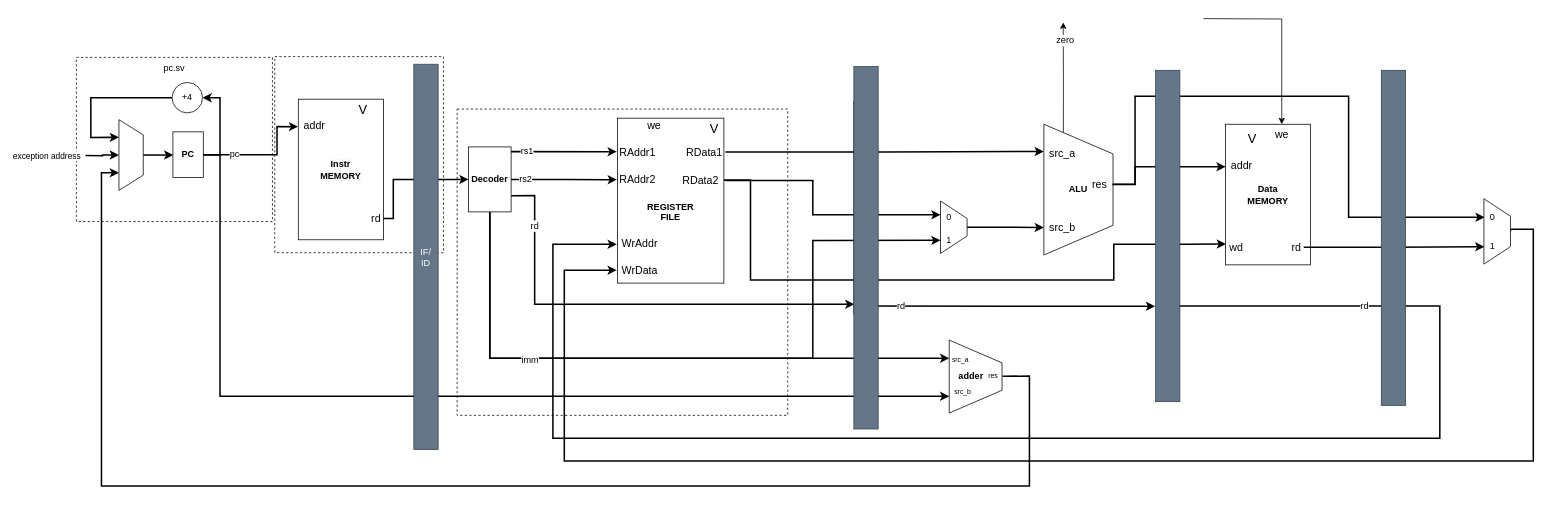
Before: page "pipelined" (2 of 2) of doc/architecture.drawio in T-Szymk/FRiscV, a draw.io diagram. Source tidied: cells renumbered, new cells numbered last; positions are measured from the earlier drawing's top-left corner, leaving out a move shared by most shapes. Both pictures are drawn from the tidied source at 76%, with x=0, y=0 at pixel (76, 18).
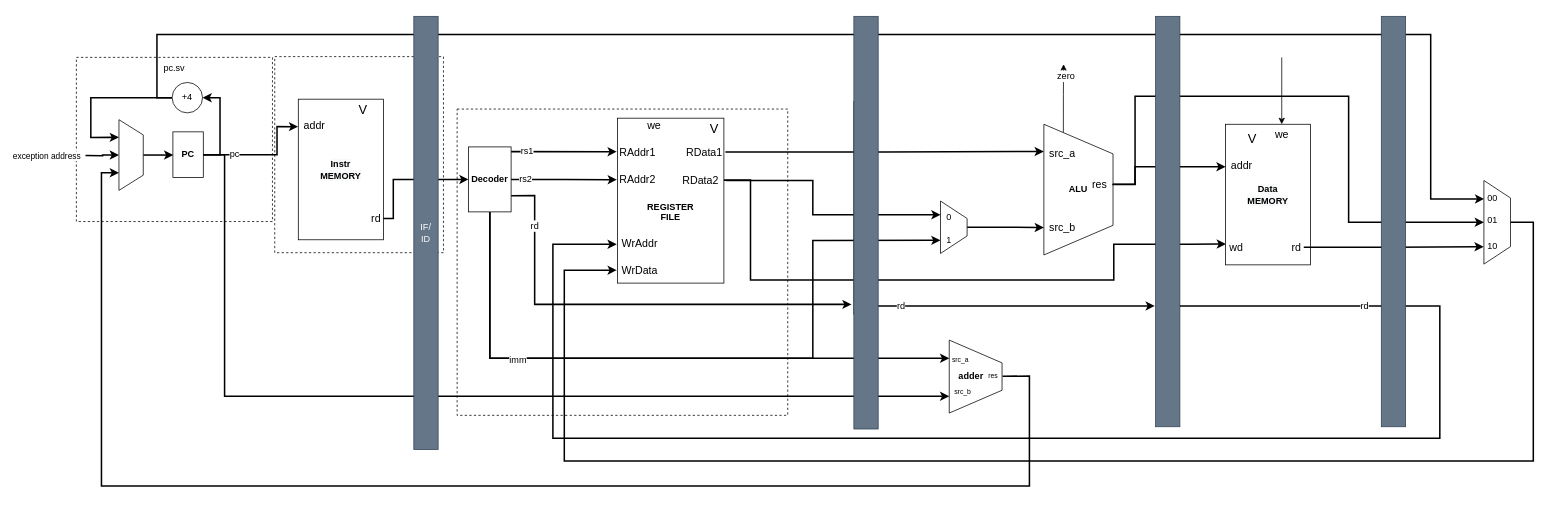
The same page after the edit.

Commit message:
removed multicycle arch

The change refers to these unchanged cells:
```xml
<mxCell id="8" value="PC" style="rounded=0;whiteSpace=wrap;html=1;fontStyle=1;" parent="1" vertex="1">
  <mxGeometry x="127" y="149" width="40" height="60" as="geometry" />
</mxCell>
<mxCell id="10" value="+4" style="ellipse;whiteSpace=wrap;html=1;" parent="1" vertex="1">
  <mxGeometry x="126" y="84" width="40" height="40" as="geometry" />
</mxCell>
<mxCell id="25" value="we" style="text;html=1;align=center;verticalAlign=middle;points=[];strokeColor=none;fillColor=none;fontSize=14;" parent="1" vertex="1">
  <mxGeometry x="1572" y="139" width="28" height="28" as="geometry" />
</mxCell>
<mxCell id="31" style="edgeStyle=orthogonalEdgeStyle;rounded=0;jettySize=auto;html=1;exitX=0.5;exitY=1;exitDx=0;exitDy=0;fontFamily=Helvetica;fontSize=12;fontColor=default;endArrow=classic;endFill=1;strokeWidth=2;entryX=0.75;entryY=1;entryDx=0;entryDy=0;" parent="1" edge="1" source="34" target="58">
  <mxGeometry relative="1" as="geometry">
    <Array as="points">
      <mxPoint x="544" y="447" />
      <mxPoint x="969" y="447" />
      <mxPoint x="969" y="292" />
      <mxPoint x="978" y="292" />
    </Array>
  </mxGeometry>
</mxCell>
<mxCell id="34" value="Decoder" style="rounded=0;whiteSpace=wrap;html=1;labelBackgroundColor=default;fontFamily=Helvetica;fontSize=12;fontColor=default;fillColor=default;gradientColor=none;fontStyle=1;" parent="1" vertex="1">
  <mxGeometry x="516" y="168.8" width="56" height="85.5" as="geometry" />
</mxCell>
<mxCell id="47" value="ALU" style="shape=trapezoid;perimeter=trapezoidPerimeter;whiteSpace=wrap;html=1;fixedSize=1;fontSize=12;direction=south;size=39;align=center;fontStyle=1;" parent="1" vertex="1">
  <mxGeometry x="1273" y="139" width="91" height="172" as="geometry" />
</mxCell>
<mxCell id="52" value="res" style="text;html=1;align=center;verticalAlign=middle;points=[];strokeColor=none;fillColor=none;fontSize=14;" parent="1" vertex="1">
  <mxGeometry x="1328" y="206" width="36" height="24" as="geometry" />
</mxCell>
<mxCell id="63" value="src_b" style="text;html=1;align=center;verticalAlign=middle;points=[];strokeColor=none;fillColor=none;fontSize=9;" parent="1" vertex="1">
  <mxGeometry x="1149" y="483" width="33" height="15" as="geometry" />
</mxCell>
```

The edit, as a diff of the source:
```diff
@@
+    <mxCell id="82" style="edgeStyle=orthogonalEdgeStyle;rounded=0;jettySize=auto;html=1;exitX=0;exitY=0.5;exitDx=0;exitDy=0;strokeWidth=2;entryX=0.058;entryY=0.515;entryDx=0;entryDy=0;entryPerimeter=0;" parent="1" edge="1" source="10" target="83">
+      <mxGeometry relative="1" as="geometry">
+        <Array as="points">
+          <mxPoint x="106" y="104" />
+          <mxPoint x="106" y="21" />
+          <mxPoint x="1782" y="21" />
+          <mxPoint x="1782" y="237" />
+        </Array>
+      </mxGeometry>
+    </mxCell>
@@
     <mxCell id="20" style="edgeStyle=orthogonalEdgeStyle;rounded=0;jettySize=auto;html=1;fontFamily=Helvetica;fontSize=12;fontColor=default;endArrow=classic;endFill=1;strokeWidth=2;exitX=0.5;exitY=0;exitDx=0;exitDy=0;" parent="1" edge="1" source="67">
       <mxGeometry relative="1" as="geometry">
         <mxPoint x="711" y="331" as="targetPoint" />
         <Array as="points">
-          <mxPoint x="1887" y="277" />
-          <mxPoint x="1917" y="277" />
+          <mxPoint x="1917" y="268" />
           <mxPoint x="1917" y="582" />
           <mxPoint x="642" y="582" />
           <mxPoint x="642" y="331" />
         </Array>
       </mxGeometry>
     </mxCell>
@@
     <mxCell id="24" style="edgeStyle=orthogonalEdgeStyle;rounded=0;jettySize=auto;html=1;" parent="1" edge="1" target="25">
       <mxGeometry relative="1" as="geometry">
-        <mxPoint x="1483" as="sourcePoint" />
+        <mxPoint x="1586" y="51" as="sourcePoint" />
+        <Array as="points">
+          <mxPoint x="1586" y="51" />
+        </Array>
       </mxGeometry>
     </mxCell>
@@
     <mxCell id="32" value="imm" style="edgeLabel;html=1;align=center;verticalAlign=middle;fontSize=12;fontFamily=Helvetica;fontColor=default;" parent="31" vertex="1">
-      <mxGeometry x="-0.48" y="-2" relative="1" as="geometry" />
+      <mxGeometry x="-0.48" y="-2" relative="1" as="geometry">
+        <mxPoint x="-16" as="offset" />
+      </mxGeometry>
     </mxCell>
-    <mxCell id="33" value="rd" style="edgeStyle=orthogonalEdgeStyle;rounded=0;jettySize=auto;html=1;exitX=1;exitY=0.75;exitDx=0;exitDy=0;fontFamily=Helvetica;fontSize=12;fontColor=default;endArrow=classic;endFill=1;strokeWidth=2;entryX=0.02;entryY=0.656;entryDx=0;entryDy=0;entryPerimeter=0;" parent="1" edge="1" source="34" target="79">
+    <mxCell id="33" value="rd" style="edgeStyle=orthogonalEdgeStyle;rounded=0;jettySize=auto;html=1;exitX=1;exitY=0.75;exitDx=0;exitDy=0;fontFamily=Helvetica;fontSize=12;fontColor=default;endArrow=classic;endFill=1;strokeWidth=2;" parent="1" edge="1" source="34">
       <mxGeometry x="-0.76" relative="1" as="geometry">
+        <mxPoint x="1020" y="376" as="targetPoint" />
         <Array as="points">
           <mxPoint x="603" y="233" />
           <mxPoint x="603" y="376" />
         </Array>
       </mxGeometry>
     </mxCell>
@@
     <mxCell id="45" style="edgeStyle=orthogonalEdgeStyle;rounded=0;jettySize=auto;html=1;exitX=0;exitY=0.75;exitDx=0;exitDy=0;fontFamily=Helvetica;fontSize=12;fontColor=default;endArrow=classic;endFill=1;strokeWidth=1;" parent="1" edge="1" source="47">
       <mxGeometry relative="1" as="geometry">
-        <mxPoint x="1298.5" y="5" as="targetPoint" />
+        <mxPoint x="1299" y="60" as="targetPoint" />
       </mxGeometry>
     </mxCell>
@@
-    <mxCell id="51" style="edgeStyle=orthogonalEdgeStyle;rounded=0;jettySize=auto;html=1;entryX=0.048;entryY=0.522;entryDx=0;entryDy=0;entryPerimeter=0;fontFamily=Helvetica;fontSize=12;fontColor=default;endArrow=classic;endFill=1;strokeWidth=2;" parent="1" edge="1" source="52" target="68">
+    <mxCell id="51" style="edgeStyle=orthogonalEdgeStyle;rounded=0;jettySize=auto;html=1;entryX=0.5;entryY=1;entryDx=0;entryDy=0;fontFamily=Helvetica;fontSize=12;fontColor=default;endArrow=classic;endFill=1;strokeWidth=2;" parent="1" edge="1" source="52" target="67">
       <mxGeometry relative="1" as="geometry">
         <Array as="points">
           <mxPoint x="1393" y="218" />
           <mxPoint x="1393" y="102" />
           <mxPoint x="1674" y="102" />
-          <mxPoint x="1674" y="261" />
+          <mxPoint x="1674" y="268" />
         </Array>
       </mxGeometry>
     </mxCell>
@@
     <mxCell id="53" style="rounded=0;whiteSpace=wrap;html=1;fillColor=#647687;fontColor=#ffffff;strokeColor=#314354;" parent="1" vertex="1">
-      <mxGeometry x="1420" y="68" width="32" height="436" as="geometry" />
+      <mxGeometry x="1420" y="-3" width="32" height="540" as="geometry" />
     </mxCell>
@@
     <mxCell id="66" style="group;" parent="1" vertex="1">
-      <mxGeometry x="1852" y="237" width="35" height="86" as="geometry" />
+      <mxGeometry x="1852" y="213" width="35" height="110" as="geometry" />
     </mxCell>
     <mxCell id="67" style="shape=trapezoid;perimeter=trapezoidPerimeter;whiteSpace=wrap;html=1;fixedSize=1;labelBackgroundColor=default;fontFamily=Helvetica;fontSize=12;fontColor=default;fillColor=default;gradientColor=none;direction=south;size=23;" parent="66" vertex="1">
-      <mxGeometry width="35" height="86" as="geometry" />
+      <mxGeometry width="35" height="110" as="geometry" />
     </mxCell>
-    <mxCell id="68" value="0" style="text;html=1;align=center;verticalAlign=middle;points=[];strokeColor=none;fillColor=none;fontSize=12;fontFamily=Helvetica;fontColor=default;" parent="66" vertex="1">
-      <mxGeometry y="9.8" width="21" height="28" as="geometry" />
+    <mxCell id="68" value="01" style="text;html=1;align=center;verticalAlign=middle;points=[];strokeColor=none;fillColor=none;fontSize=12;fontFamily=Helvetica;fontColor=default;" parent="66" vertex="1">
+      <mxGeometry x="-1" y="44" width="24" height="18" as="geometry" />
     </mxCell>
-    <mxCell id="69" value="1" style="text;html=1;align=center;verticalAlign=middle;points=[];strokeColor=none;fillColor=none;fontSize=12;fontFamily=Helvetica;fontColor=default;" parent="66" vertex="1">
-      <mxGeometry y="47.5" width="21" height="28" as="geometry" />
+    <mxCell id="69" value="10" style="text;html=1;align=center;verticalAlign=middle;points=[];strokeColor=none;fillColor=none;fontSize=12;fontFamily=Helvetica;fontColor=default;" parent="66" vertex="1">
+      <mxGeometry x="-1" y="77" width="24" height="18" as="geometry" />
     </mxCell>
+    <mxCell id="83" value="00" style="text;html=1;align=center;verticalAlign=middle;points=[];strokeColor=none;fillColor=none;fontSize=12;fontFamily=Helvetica;fontColor=default;" parent="66" vertex="1">
+      <mxGeometry x="-1" y="15" width="24" height="18" as="geometry" />
+    </mxCell>
@@
-    <mxCell id="73" value="rd" style="edgeStyle=orthogonalEdgeStyle;rounded=0;jettySize=auto;html=1;fontFamily=Helvetica;fontSize=12;fontColor=default;endArrow=classic;endFill=1;strokeWidth=2;entryX=-0.02;entryY=0.712;entryDx=0;entryDy=0;entryPerimeter=0;" parent="1" edge="1" target="53">
+    <mxCell id="73" value="rd" style="edgeStyle=orthogonalEdgeStyle;rounded=0;orthogonalLoop=1;jettySize=auto;html=1;fontFamily=Helvetica;fontSize=12;fontColor=default;endArrow=classic;endFill=1;strokeWidth=2;" parent="1" edge="1">
       <mxGeometry x="-0.76" relative="1" as="geometry">
         <mxPoint x="1039" y="378" as="sourcePoint" />
+        <mxPoint x="1419" y="378" as="targetPoint" />
       </mxGeometry>
     </mxCell>
@@
     <mxCell id="78" style="edgeStyle=orthogonalEdgeStyle;rounded=0;jettySize=auto;html=1;entryX=-0.017;entryY=0.927;entryDx=0;entryDy=0;fontFamily=Helvetica;fontSize=12;fontColor=default;endArrow=classic;endFill=1;strokeWidth=2;exitX=1;exitY=0.5;exitDx=0;exitDy=0;entryPerimeter=0;" parent="1" edge="1" source="8" target="63">
       <mxGeometry relative="1" as="geometry">
         <Array as="points">
-          <mxPoint x="189" y="179" />
-          <mxPoint x="189" y="497" />
+          <mxPoint x="195" y="179" />
+          <mxPoint x="195" y="497" />
         </Array>
       </mxGeometry>
     </mxCell>
     <mxCell id="79" style="rounded=0;whiteSpace=wrap;html=1;fillColor=#647687;fontColor=#ffffff;strokeColor=#314354;" parent="1" vertex="1">
-      <mxGeometry x="1023" y="63" width="32" height="477" as="geometry" />
+      <mxGeometry x="1023" y="-3" width="32" height="543" as="geometry" />
     </mxCell>
     <mxCell id="80" value="IF/&lt;br&gt;ID" style="rounded=0;whiteSpace=wrap;html=1;fillColor=#647687;fontColor=#ffffff;strokeColor=#314354;" parent="1" vertex="1">
-      <mxGeometry x="444" y="60" width="32" height="507" as="geometry" />
+      <mxGeometry x="444" y="-3" width="32" height="570" as="geometry" />
     </mxCell>
     <mxCell id="81" style="rounded=0;whiteSpace=wrap;html=1;fillColor=#647687;fontColor=#ffffff;strokeColor=#314354;" parent="1" vertex="1">
-      <mxGeometry x="1717" y="68" width="32" height="441" as="geometry" />
+      <mxGeometry x="1717" y="-3" width="32" height="540" as="geometry" />
     </mxCell>
```
